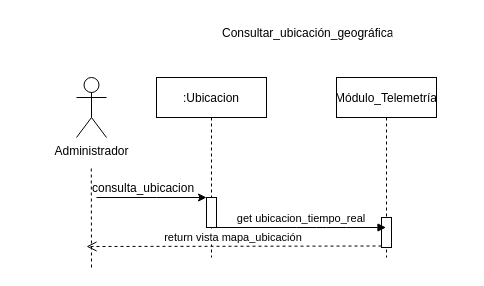
Before: page "Página-2" (2 of 10) of sec_reporte_incidencia.drawio in alangamboa97/TT, a draw.io diagram. Source tidied: cells renumbered, new cells numbered last; positions are measured from the earlier drawing's top-left corner, leaving out a move shared by most shapes. Both pictures are drawn from the tidied source at 100%, with x=0, y=0 at pixel (76, 17).
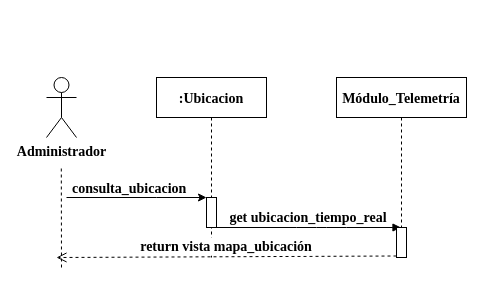
The same page after the edit.

What changed in the source:
```diff
@@
 <mxGraphModel>
   <root>
     <mxCell id="0" />
     <mxCell id="1" parent="0" />
-    <mxCell id="2" value=":Ubicacion" style="shape=umlLifeline;perimeter=lifelinePerimeter;rounded=0;shadow=0;strokeWidth=1;" parent="1" vertex="1">
+    <mxCell id="2" value=":Ubicacion" style="shape=umlLifeline;perimeter=lifelinePerimeter;rounded=0;shadow=0;strokeWidth=1;fontStyle=1;fontFamily=Garamond;fontSize=14;" parent="1" vertex="1">
       <mxGeometry x="80" y="60" width="110" height="180" as="geometry" />
     </mxCell>
-    <mxCell id="3" style="points=[];perimeter=orthogonalPerimeter;rounded=0;shadow=0;strokeWidth=1;" parent="2" vertex="1">
+    <mxCell id="3" style="points=[];perimeter=orthogonalPerimeter;rounded=0;shadow=0;strokeWidth=1;fontStyle=1;fontFamily=Garamond;fontSize=14;" parent="2" vertex="1">
       <mxGeometry x="50" y="120" width="10" height="30" as="geometry" />
     </mxCell>
-    <mxCell id="4" style="perimeter=orthogonalPerimeter;rounded=0;shadow=0;strokeWidth=1;" parent="2" vertex="1">
+    <mxCell id="4" style="perimeter=orthogonalPerimeter;rounded=0;shadow=0;strokeWidth=1;fontStyle=1;fontFamily=Garamond;fontSize=14;" parent="2" vertex="1">
       <mxGeometry x="50" y="120" width="10" height="30" as="geometry" />
     </mxCell>
-    <mxCell id="5" value="consulta_ubicacion" style="text;strokeColor=none;fillColor=none;align=left;verticalAlign=middle;spacingLeft=4;spacingRight=4;overflow=hidden;" parent="2" vertex="1">
-      <mxGeometry x="-70" y="90" width="120" height="40" as="geometry" />
-    </mxCell>
-    <mxCell id="6" value="Módulo_Telemetría" style="shape=umlLifeline;perimeter=lifelinePerimeter;rounded=0;shadow=0;strokeWidth=1;" parent="1" vertex="1">
-      <mxGeometry x="260" y="60" width="100" height="180" as="geometry" />
+    <mxCell id="6" value="Módulo_Telemetría" style="shape=umlLifeline;perimeter=lifelinePerimeter;rounded=0;shadow=0;strokeWidth=1;fontStyle=1;fontFamily=Garamond;fontSize=14;" parent="1" vertex="1">
+      <mxGeometry x="260" y="60" width="130" height="180" as="geometry" />
     </mxCell>
-    <mxCell id="7" style="points=[];perimeter=orthogonalPerimeter;rounded=0;shadow=0;strokeWidth=1;" parent="6" vertex="1">
-      <mxGeometry x="45" y="140" width="10" height="30" as="geometry" />
-    </mxCell>
-    <mxCell id="8" value="return vista mapa_ubicación" style="verticalAlign=bottom;endArrow=open;dashed=1;endSize=8;exitX=0;exitY=0.95;shadow=0;strokeWidth=1;" parent="1" edge="1" source="7">
+    <mxCell id="8" value="return vista mapa_ubicación" style="verticalAlign=bottom;endArrow=open;dashed=1;endSize=8;exitX=0;exitY=0.95;shadow=0;strokeWidth=1;fontStyle=1;fontFamily=Garamond;fontSize=14;" parent="1" edge="1" source="7">
       <mxGeometry relative="1" as="geometry">
-        <mxPoint x="10" y="229" as="targetPoint" />
+        <mxPoint x="-20" y="240" as="targetPoint" />
       </mxGeometry>
     </mxCell>
-    <mxCell id="9" value="get ubicacion_tiempo_real" style="verticalAlign=bottom;endArrow=block;shadow=0;strokeWidth=1;" parent="1" edge="1" source="3" target="6">
+    <mxCell id="9" value="get ubicacion_tiempo_real" style="verticalAlign=bottom;endArrow=block;shadow=0;strokeWidth=1;fontStyle=1;fontFamily=Garamond;fontSize=14;" parent="1" edge="1" source="3" target="6">
       <mxGeometry relative="1" as="geometry">
         <Array as="points">
           <mxPoint x="230" y="210" />
           <mxPoint x="260" y="210" />
         </Array>
       </mxGeometry>
     </mxCell>
-    <mxCell id="10" value="Administrador" style="shape=umlActor;verticalLabelPosition=bottom;verticalAlign=top;html=1;" parent="1" vertex="1">
-      <mxGeometry y="60" width="30" height="60" as="geometry" />
+    <mxCell id="10" value="Administrador" style="shape=umlActor;verticalLabelPosition=bottom;verticalAlign=top;html=1;fontStyle=1;fontFamily=Garamond;fontSize=14;" parent="1" vertex="1">
+      <mxGeometry x="-30" y="60" width="30" height="60" as="geometry" />
     </mxCell>
-    <mxCell id="11" style="endArrow=none;dashed=1;html=1;rounded=0;" parent="1" edge="1">
+    <mxCell id="11" style="endArrow=none;dashed=1;html=1;rounded=0;fontStyle=1;fontFamily=Garamond;fontSize=14;" parent="1" edge="1">
       <mxGeometry relative="1" as="geometry">
-        <mxPoint x="15" y="250" as="sourcePoint" />
-        <mxPoint x="14.8" y="150" as="targetPoint" />
+        <mxPoint x="-15" y="250" as="sourcePoint" />
+        <mxPoint x="-15.2" y="150" as="targetPoint" />
       </mxGeometry>
     </mxCell>
-    <mxCell id="12" style="endArrow=classic;html=1;rounded=0;" parent="1" edge="1" target="3">
+    <mxCell id="12" style="endArrow=classic;html=1;rounded=0;fontStyle=1;fontFamily=Garamond;fontSize=14;" parent="1" edge="1" target="3">
       <mxGeometry relative="1" as="geometry">
-        <mxPoint x="20" y="180" as="sourcePoint" />
+        <mxPoint x="-10" y="180" as="sourcePoint" />
         <Array as="points">
           <mxPoint x="80" y="180" />
         </Array>
       </mxGeometry>
     </mxCell>
-    <mxCell id="13" value="Consultar_ubicación_geográfica" style="text;strokeColor=none;fillColor=none;align=left;verticalAlign=middle;spacingLeft=4;spacingRight=4;overflow=hidden;" parent="1" vertex="1">
-      <mxGeometry x="140" width="180" height="30" as="geometry" />
-    </mxCell>
+    <mxCell id="7" style="points=[];perimeter=orthogonalPerimeter;rounded=0;shadow=0;strokeWidth=1;fontStyle=1;fontFamily=Garamond;fontSize=14;" parent="1" vertex="1">
+      <mxGeometry x="320" y="210" width="10" height="30" as="geometry" />
+    </mxCell>
+    <mxCell id="5" value="consulta_ubicacion" style="text;strokeColor=none;fillColor=none;align=left;verticalAlign=middle;spacingLeft=4;spacingRight=4;overflow=hidden;fontStyle=1;fontFamily=Garamond;fontSize=14;" parent="1" vertex="1">
+      <mxGeometry x="-10" y="150" width="130" height="40" as="geometry" />
+    </mxCell>
   </root>
 </mxGraphModel>
```
